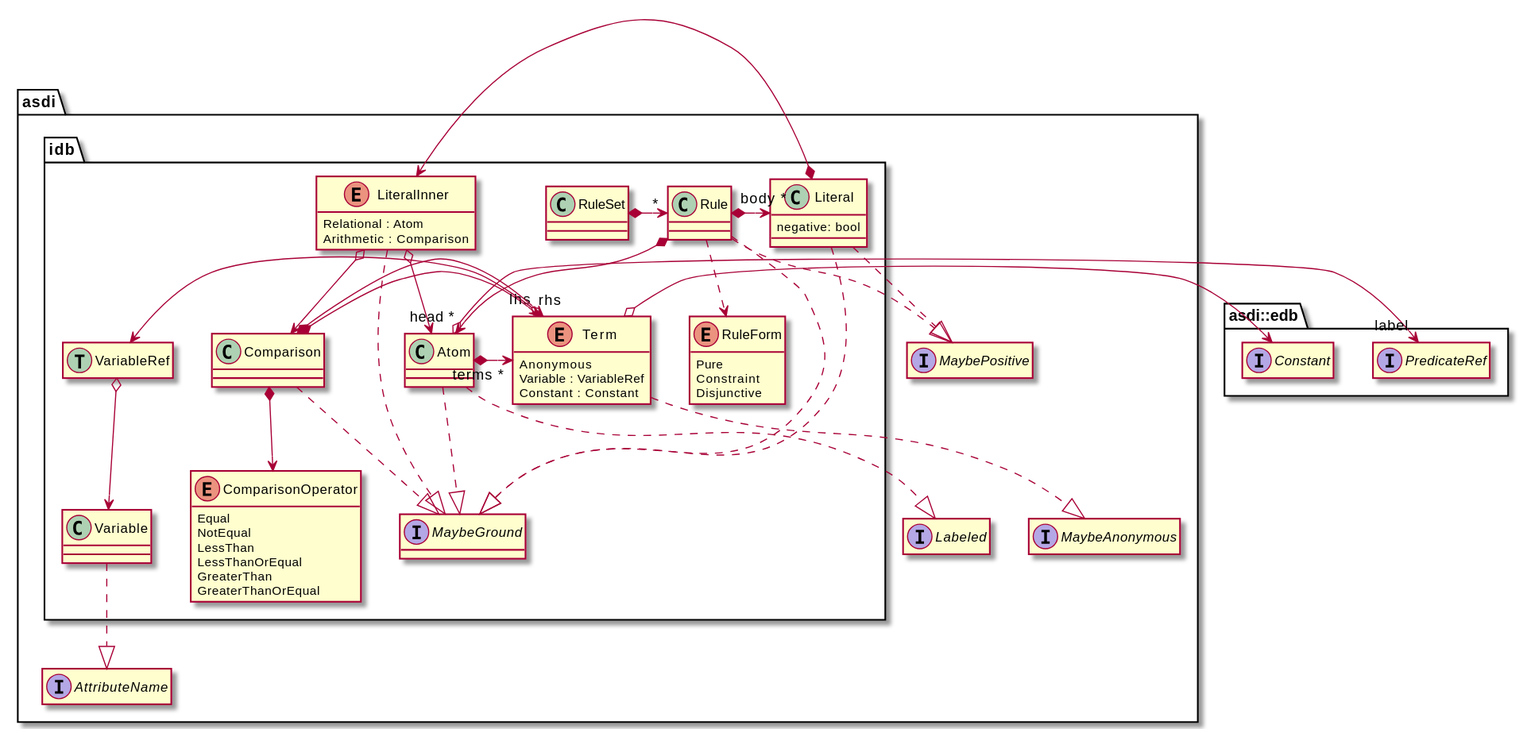
Earlier version of the PlantUML export book/src/model/idb.svg (johnstonskj/rust-asdi).
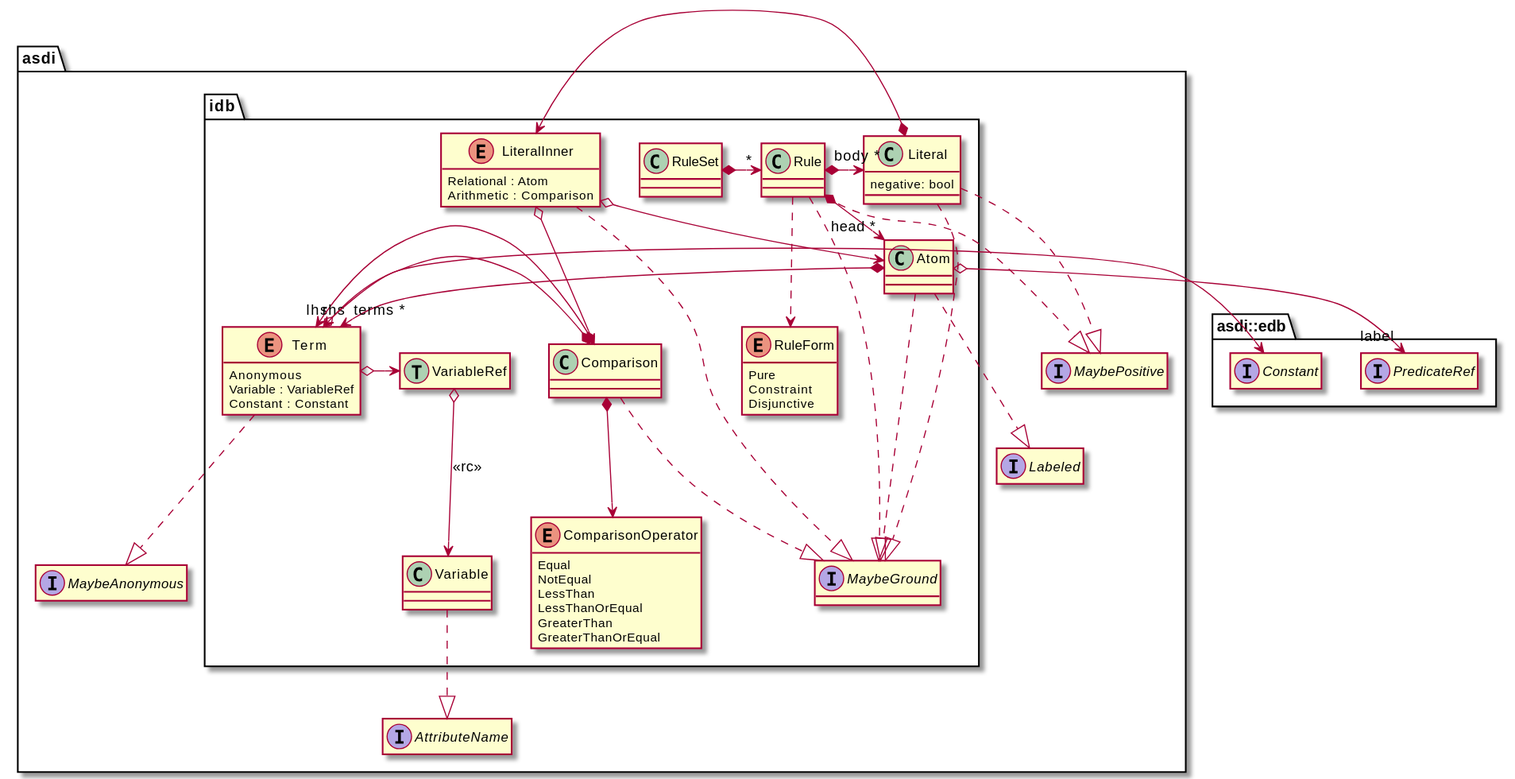
Above is the later version.

Change to the diagram source:
```diff
@@ -85,9 +85,9 @@
 
     Term o-> VariableRef
     Term o-> asdi::edb::Constant
-    Term ..|> asdi::MaybeAnonymous
+    Term .down.|> asdi::MaybeAnonymous
 
-    VariableRef o--> Variable
+    VariableRef o--> Variable: <<rc>>
     Variable ..|> asdi::AttributeName
 }
 
```
